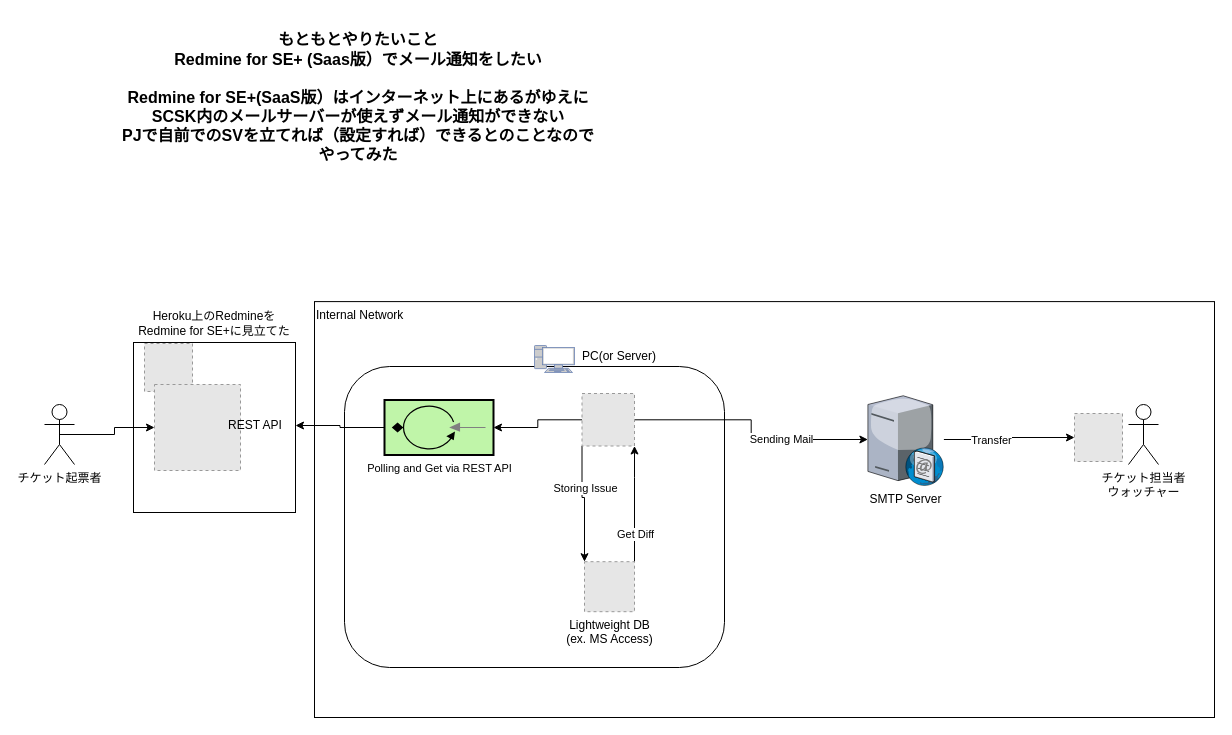
The draw.io diagram redmine-restapi-mailing.drawio in marzg510/m510-redmine-github, before the edit. Source tidied: cells renumbered, new cells numbered last; positions are measured from the earlier drawing's top-left corner, leaving out a move shared by most shapes. Both pictures are drawn from the tidied source at 100%, with x=0, y=0 at pixel (44, 17). Pictures stored in the file or linked from it are replaced by grey dashed boxes.
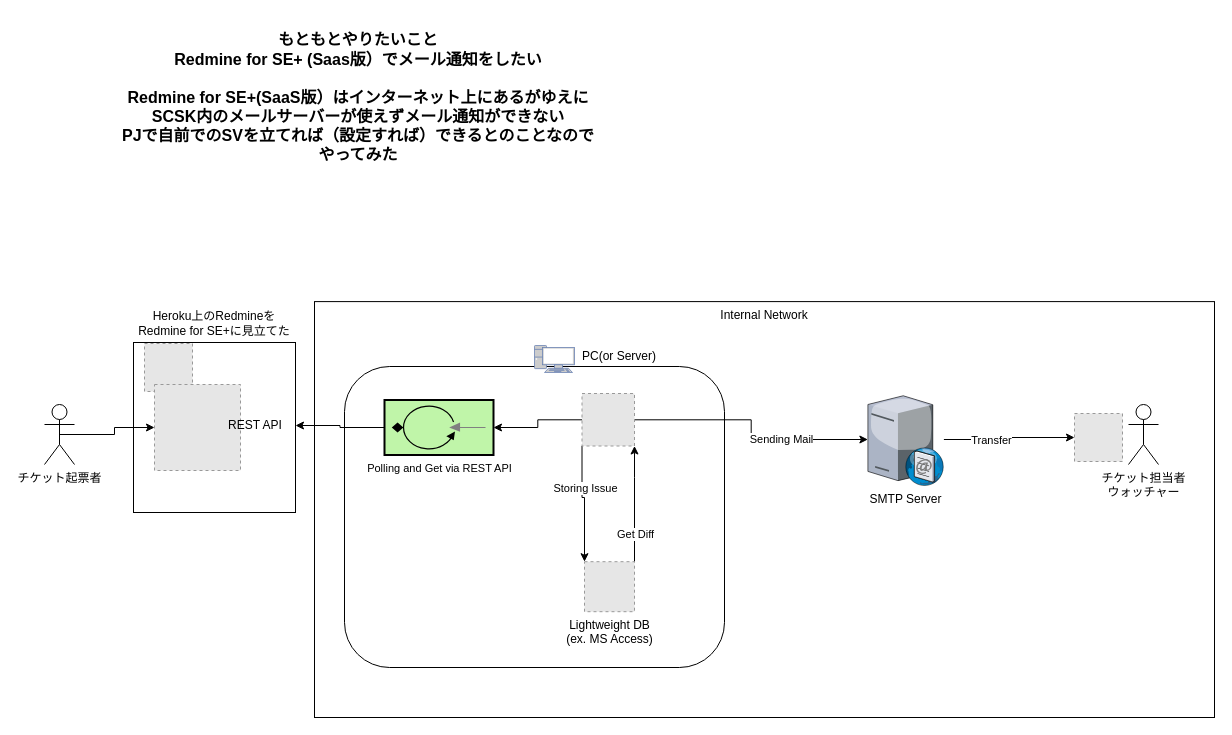
After the change.

Commit message:
redmine-restapi-mailing.drawio を更新します

What changed in the source:
```diff
@@
-    <mxCell id="2" value="Internal Network" style="rounded=0;whiteSpace=wrap;html=1;horizontal=1;verticalAlign=top;align=left;" parent="1" vertex="1">
+    <mxCell id="2" value="Internal Network" style="rounded=0;whiteSpace=wrap;html=1;horizontal=1;verticalAlign=top;align=center;" parent="1" vertex="1">
       <mxGeometry x="270" y="284.1" width="900" height="415.9" as="geometry" />
     </mxCell>
```
